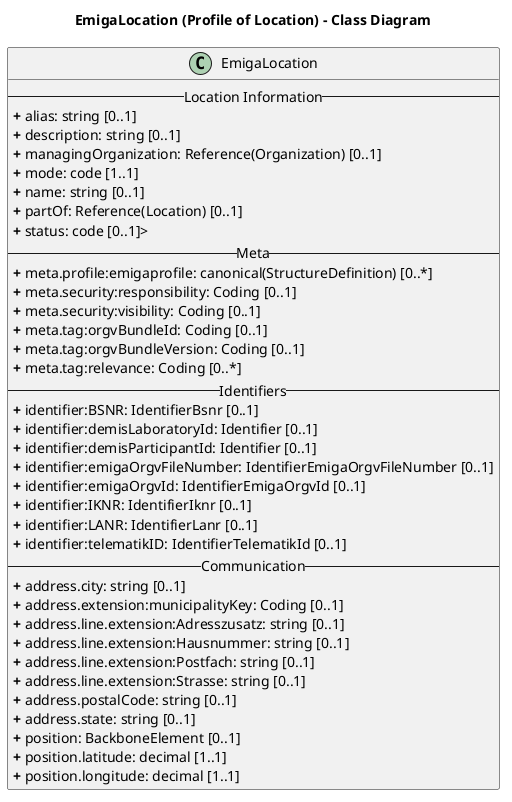
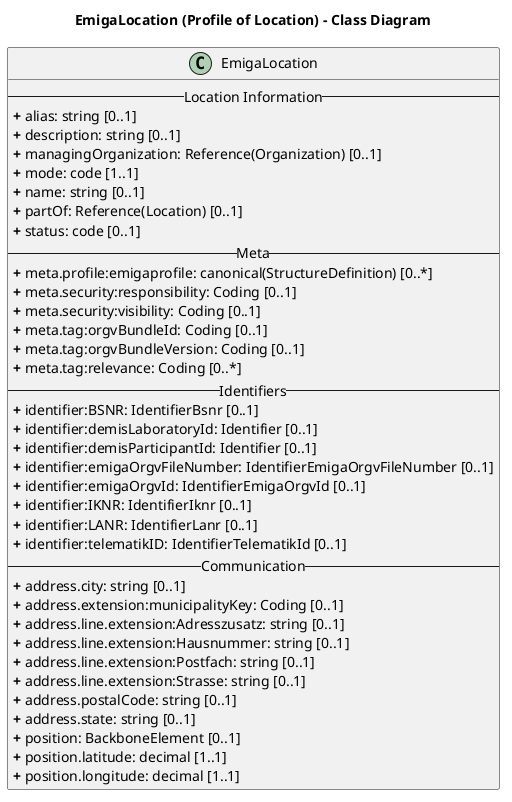
@startuml
skinparam linetype ortho

title EmigaLocation (Profile of Location) - Class Diagram

' Main Class
class EmigaLocation{
-- Location Information --
<b>+</b> alias: string [0..1]
<b>+</b> description: string [0..1]
<b>+</b> managingOrganization: Reference(Organization) [0..1]
<b>+</b> mode: code [1..1]
<b>+</b> name: string [0..1]
<b>+</b> partOf: Reference(Location) [0..1]
- <b>+</b> status: code [0..1]>
+ <b>+</b> status: code [0..1]
-- Meta --
<b>+</b> meta.profile:emigaprofile: canonical(StructureDefinition) [0..*]
<b>+</b> meta.security:responsibility: Coding [0..1]
<b>+</b> meta.security:visibility: Coding [0..1]
<b>+</b> meta.tag:orgvBundleId: Coding [0..1]
<b>+</b> meta.tag:orgvBundleVersion: Coding [0..1]
<b>+</b> meta.tag:relevance: Coding [0..*]
-- Identifiers --
<b>+</b> identifier:BSNR: IdentifierBsnr [0..1]
<b>+</b> identifier:demisLaboratoryId: Identifier [0..1]
<b>+</b> identifier:demisParticipantId: Identifier [0..1]
<b>+</b> identifier:emigaOrgvFileNumber: IdentifierEmigaOrgvFileNumber [0..1]
<b>+</b> identifier:emigaOrgvId: IdentifierEmigaOrgvId [0..1]
<b>+</b> identifier:IKNR: IdentifierIknr [0..1]
<b>+</b> identifier:LANR: IdentifierLanr [0..1]
<b>+</b> identifier:telematikID: IdentifierTelematikId [0..1]
-- Communication --
<b>+</b> address.city: string [0..1]
<b>+</b> address.extension:municipalityKey: Coding [0..1]
<b>+</b> address.line.extension:Adresszusatz: string [0..1]
<b>+</b> address.line.extension:Hausnummer: string [0..1]
<b>+</b> address.line.extension:Postfach: string [0..1]
<b>+</b> address.line.extension:Strasse: string [0..1]
<b>+</b> address.postalCode: string [0..1]
<b>+</b> address.state: string [0..1]
<b>+</b> position: BackboneElement [0..1]
<b>+</b> position.latitude: decimal [1..1]
<b>+</b> position.longitude: decimal [1..1]
}

@enduml